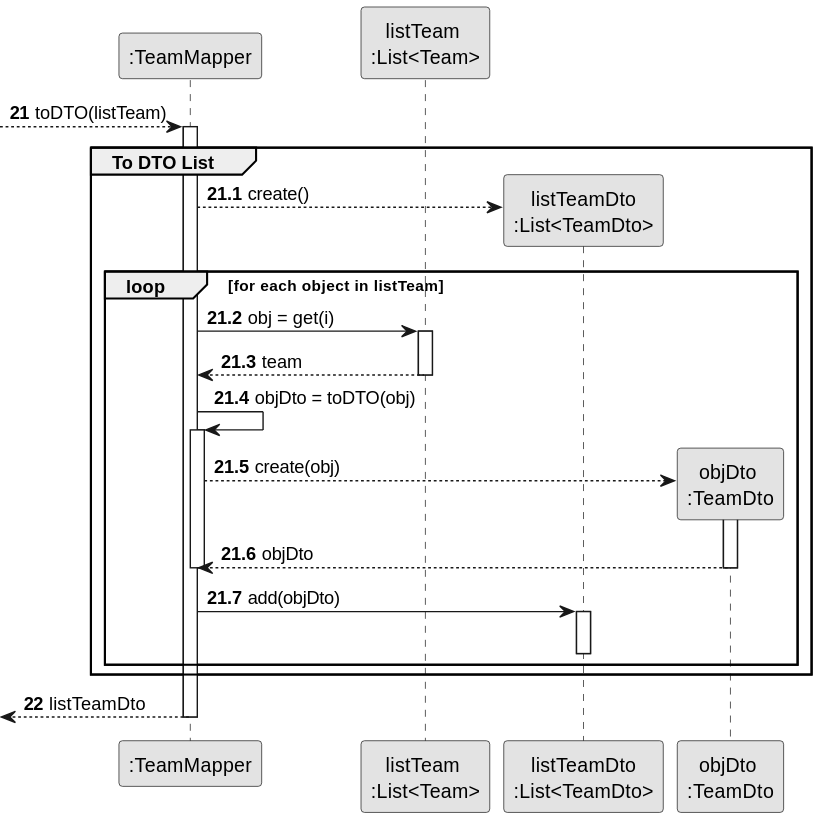
This is docs/sprint3/us23/03.design/svg/us23-partial-sequence-diagram-toDTO.svg from Departamento-de-Engenharia-Informatica/lei-24-s2-1db-g022, a PlantUML export, as it was before one commit. The source it was exported from:
```plantuml
@startuml
skinparam monochrome true
skinparam packageStyle rectangle
skinparam shadowing false

participant ":TeamMapper" as TEAMMP
participant "listTeam \n:List<Team>" as TEAMLIST
participant "listTeamDto\n:List<TeamDto>" as LSTEAMDTO
participant "objDto \n:TeamDto" as DTOTEAM

autonumber 21

--> TEAMMP : toDTO(listTeam)

autonumber 21.1

activate TEAMMP

group To DTO List

TEAMMP --> LSTEAMDTO** : create()

loop for each object in listTeam

TEAMMP -> TEAMLIST : obj = get(i)

activate TEAMLIST

TEAMLIST --> TEAMMP : team

deactivate TEAMLIST

TEAMMP -> TEAMMP : objDto = toDTO(obj)

activate TEAMMP

TEAMMP --> DTOTEAM** : create(obj)

activate DTOTEAM

DTOTEAM --> TEAMMP : objDto

deactivate DTOTEAM

deactivate TEAMMP

TEAMMP -> LSTEAMDTO : add(objDto)

activate LSTEAMDTO


deactivate LSTEAMDTO

end

end

autonumber 22

<--TEAMMP : listTeamDto

deactivate TEAMMP
@enduml
```
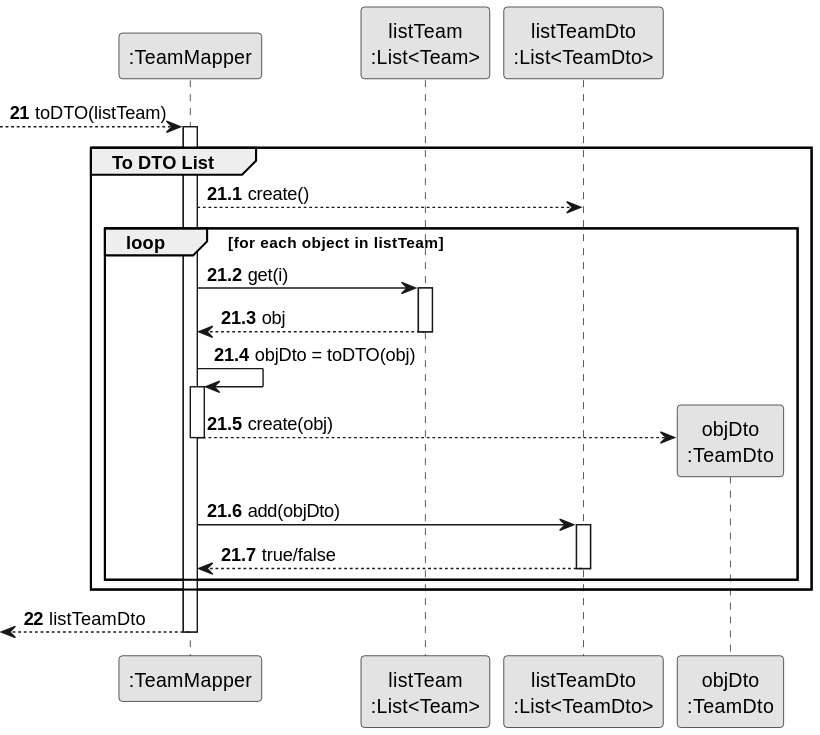
The same file after the commit.

The edit, as a diff of the source:
```diff
@@ -4,9 +4,9 @@
 skinparam shadowing false
 
 participant ":TeamMapper" as TEAMMP
-participant "listTeam \n:List<Team>" as TEAMLIST
+participant "listTeam\n:List<Team>" as TEAMLIST
 participant "listTeamDto\n:List<TeamDto>" as LSTEAMDTO
-participant "objDto \n:TeamDto" as DTOTEAM
+participant "objDto\n:TeamDto" as DTOTEAM
 
 autonumber 21
 
@@ -18,15 +18,15 @@
 
 group To DTO List
 
-TEAMMP --> LSTEAMDTO** : create()
+TEAMMP --> LSTEAMDTO : create()
 
 loop for each object in listTeam
 
-TEAMMP -> TEAMLIST : obj = get(i)
+TEAMMP -> TEAMLIST : get(i)
 
 activate TEAMLIST
 
-TEAMLIST --> TEAMMP : team
+TEAMLIST --> TEAMMP : obj
 
 deactivate TEAMLIST
 
@@ -36,11 +36,7 @@
 
 TEAMMP --> DTOTEAM** : create(obj)
 
-activate DTOTEAM
 
-DTOTEAM --> TEAMMP : objDto
-
-deactivate DTOTEAM
 
 deactivate TEAMMP
 
@@ -48,6 +44,7 @@
 
 activate LSTEAMDTO
 
+LSTEAMDTO --> TEAMMP : true/false
 
 deactivate LSTEAMDTO
 
@@ -57,7 +54,7 @@
 
 autonumber 22
 
-<--TEAMMP : listTeamDto
+<-- TEAMMP : listTeamDto
 
 deactivate TEAMMP
 @enduml
```
